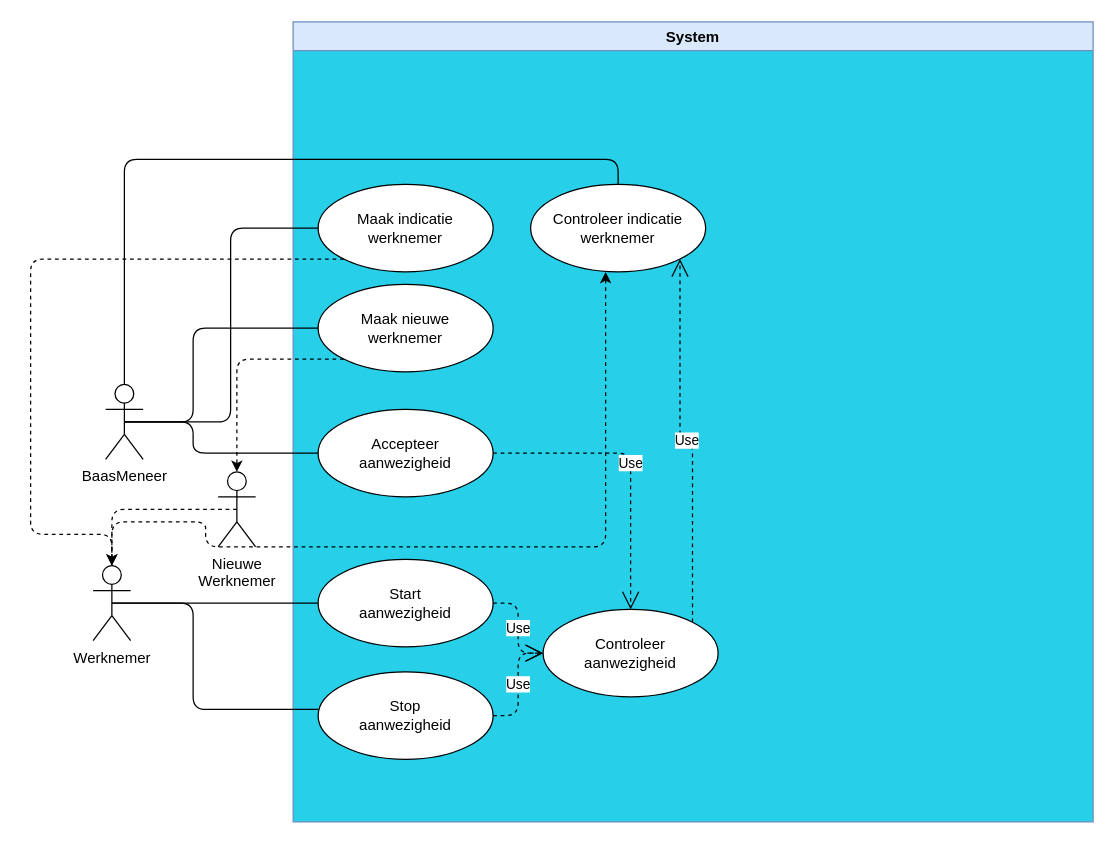
This is page "Use Case Diagram" (2 of 3) of Untitled Diagram.drawio from antipope/NextAanwezigheid, a draw.io file, before an edit. Source tidied: cells renumbered, new cells numbered last; positions are measured from the earlier drawing's top-left corner, leaving out a move shared by most shapes. Both pictures are drawn from the tidied source at 125%, with x=0, y=0 at pixel (30, 21).
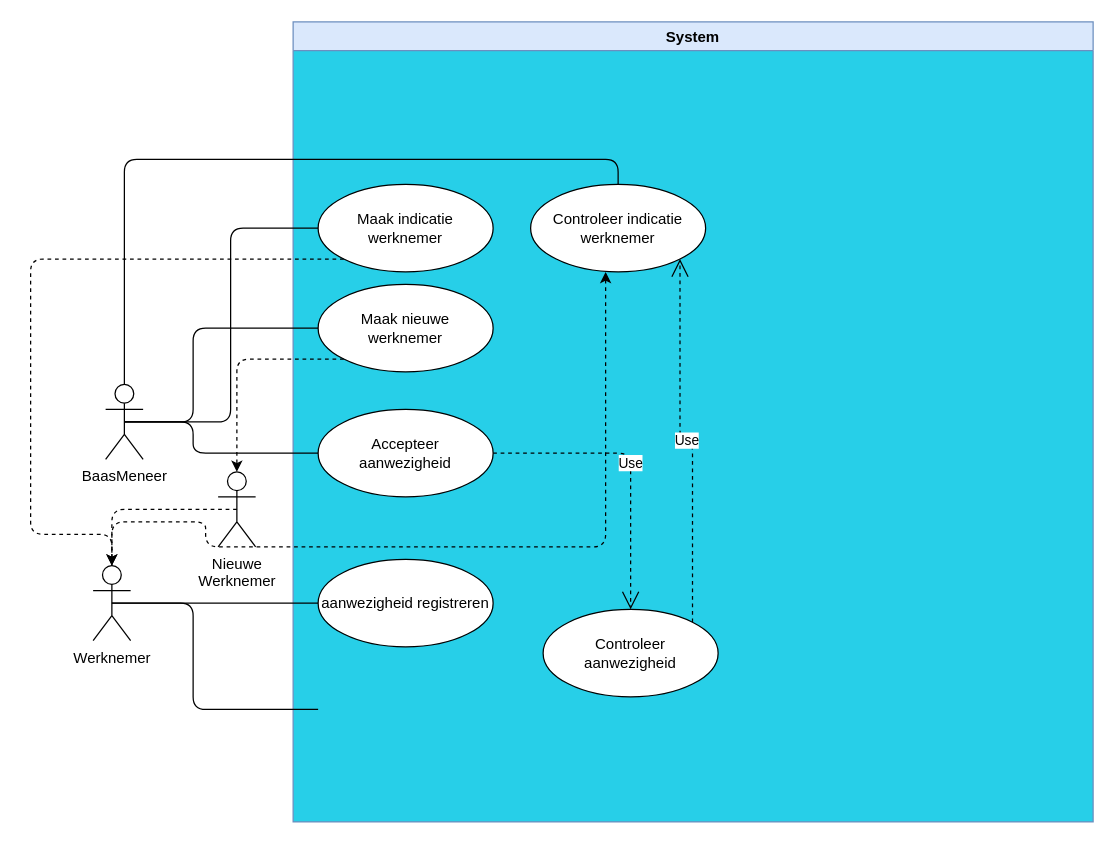
The same diagram, later.

The change refers to these unchanged cells:
```xml
<mxCell id="2" value="System" style="swimlane;labelBackgroundColor=none;fillColor=#dae8fc;strokeColor=#6c8ebf;shadow=0;sketch=0;glass=0;swimlaneLine=1;swimlaneFillColor=#27CFE8;" parent="1" vertex="1">
  <mxGeometry x="210" width="640" height="640" as="geometry" />
</mxCell>
<mxCell id="6" value="&lt;div&gt;Controleer &lt;br&gt;&lt;/div&gt;&lt;div&gt;aanwezigheid&lt;/div&gt;" style="ellipse;whiteSpace=wrap;html=1;shadow=0;glass=0;labelBackgroundColor=none;sketch=0;" parent="2" vertex="1">
  <mxGeometry x="200" y="470" width="140" height="70" as="geometry" />
</mxCell>
```

The edit, as a diff of the source:
```diff
@@
-    <mxCell id="3" value="&lt;div&gt;Start &lt;br&gt;&lt;/div&gt;&lt;div&gt;aanwezigheid&lt;/div&gt;" style="ellipse;whiteSpace=wrap;html=1;shadow=0;glass=0;labelBackgroundColor=none;sketch=0;" parent="2" vertex="1">
+    <mxCell id="3" value="&lt;div&gt;aanwezigheid registreren&lt;/div&gt;" style="ellipse;whiteSpace=wrap;html=1;shadow=0;glass=0;labelBackgroundColor=none;sketch=0;" parent="2" vertex="1">
       <mxGeometry x="20" y="430" width="140" height="70" as="geometry" />
     </mxCell>
-    <mxCell id="4" value="&lt;div&gt;Stop &lt;br&gt;&lt;/div&gt;&lt;div&gt;aanwezigheid&lt;/div&gt;" style="ellipse;whiteSpace=wrap;html=1;shadow=0;glass=0;labelBackgroundColor=none;sketch=0;" parent="2" vertex="1">
-      <mxGeometry x="20" y="520" width="140" height="70" as="geometry" />
-    </mxCell>
@@
-    <mxCell id="7" value="Use" style="endArrow=open;endSize=12;dashed=1;html=1;rounded=1;edgeStyle=orthogonalEdgeStyle;exitX=1;exitY=0.5;exitDx=0;exitDy=0;entryX=0;entryY=0.5;entryDx=0;entryDy=0;" parent="2" edge="1" source="4" target="6">
-      <mxGeometry relative="1" as="geometry" />
-    </mxCell>
-    <mxCell id="8" value="Use" style="endArrow=open;endSize=12;dashed=1;html=1;rounded=1;edgeStyle=orthogonalEdgeStyle;exitX=1;exitY=0.5;exitDx=0;exitDy=0;entryX=0;entryY=0.5;entryDx=0;entryDy=0;" parent="2" edge="1" source="3" target="6">
-      <mxGeometry relative="1" as="geometry" />
-    </mxCell>
```
